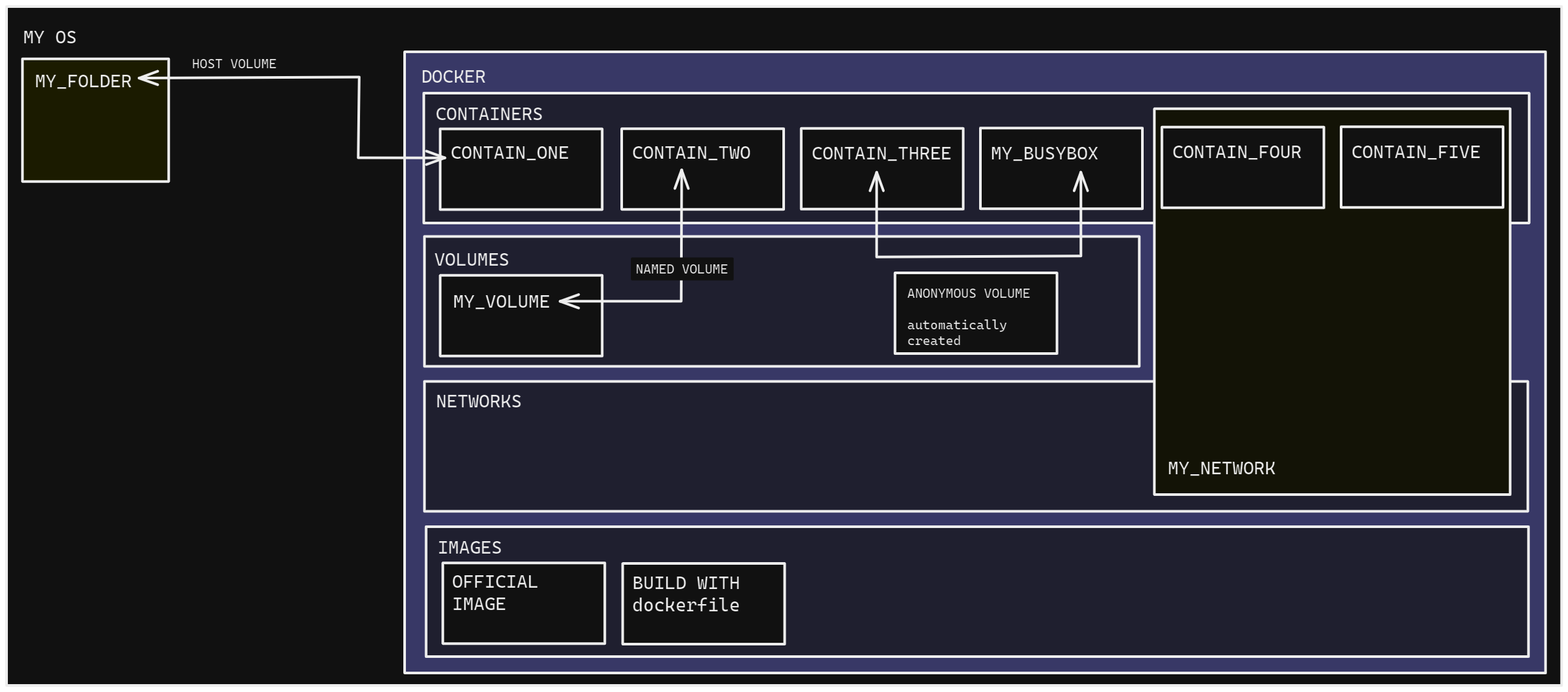
This is docker_explained_dark_mode.png from joliDigi/notes_cours, a Excalidraw export, as it was before one commit. Source tidied: one line per element, renumbered; positions are measured from the earlier drawing's top-left corner, leaving out a move shared by most shapes. The source it was exported from:
```json
{"id": 0, "type": "rectangle", "strokeColor": "#000000", "backgroundColor": "#fff", "fillStyle": "solid", "strokeWidth": 4, "roughness": 0, "x": 0, "y": 0, "width": 2371, "height": 1035}
{"id": 1, "type": "rectangle", "strokeColor": "#000000", "backgroundColor": "#cacaff", "fillStyle": "solid", "strokeWidth": 4, "roughness": 0, "x": 607, "y": 69, "width": 1740, "height": 947}
{"id": 2, "type": "rectangle", "strokeColor": "#000000", "backgroundColor": "#ededff", "fillStyle": "solid", "strokeWidth": 4, "roughness": 0, "x": 636, "y": 132, "width": 1685, "height": 198}
{"id": 3, "type": "rectangle", "strokeColor": "#000000", "backgroundColor": "#ededff", "fillStyle": "solid", "strokeWidth": 4, "roughness": 0, "x": 640, "y": 793, "width": 1681, "height": 198}
{"id": 4, "type": "rectangle", "strokeColor": "#000000", "backgroundColor": "#ededff", "fillStyle": "solid", "strokeWidth": 4, "roughness": 0, "x": 637, "y": 572, "width": 1682, "height": 198}
{"id": 5, "type": "text", "text": "MY OS", "strokeColor": "#000000", "strokeWidth": 4, "roughness": 0, "fontSize": 28, "fontFamily": 3, "x": 25, "y": 29, "width": 83, "height": 34}
{"id": 6, "type": "text", "text": "DOCKER", "strokeColor": "#000000", "strokeWidth": 4, "roughness": 0, "fontSize": 28, "fontFamily": 3, "x": 632, "y": 89, "width": 99, "height": 34}
{"id": 7, "type": "rectangle", "strokeColor": "#000000", "backgroundColor": "#fff", "fillStyle": "solid", "strokeWidth": 4, "roughness": 0, "x": 665, "y": 848, "width": 247, "height": 123}
{"id": 8, "type": "text", "text": "OFFICIAL\nIMAGE", "strokeColor": "#000000", "strokeWidth": 4, "roughness": 0, "fontSize": 28, "fontFamily": 3, "x": 680, "y": 859, "width": 131, "height": 68}
{"id": 9, "type": "rectangle", "strokeColor": "#000000", "backgroundColor": "#ededff", "fillStyle": "solid", "strokeWidth": 4, "roughness": 0, "x": 637, "y": 351, "width": 1090, "height": 198}
{"id": 10, "type": "rectangle", "strokeColor": "#000000", "backgroundColor": "#fff", "fillStyle": "solid", "strokeWidth": 4, "roughness": 0, "x": 661, "y": 410, "width": 247, "height": 123}
{"id": 11, "type": "text", "text": "MY_VOLUME", "strokeColor": "#000000", "strokeWidth": 4, "roughness": 0, "fontSize": 28, "fontFamily": 3, "x": 681, "y": 432, "width": 149, "height": 34}
{"id": 12, "type": "text", "text": "VOLUMES", "strokeColor": "#000000", "strokeWidth": 4, "roughness": 0, "fontSize": 28, "fontFamily": 3, "x": 652, "y": 368, "width": 116, "height": 34}
{"id": 13, "type": "text", "text": "NETWORKS", "strokeColor": "#000000", "strokeWidth": 4, "roughness": 0, "fontSize": 28, "fontFamily": 3, "x": 655, "y": 584, "width": 132, "height": 34}
{"id": 14, "type": "text", "text": "IMAGES", "strokeColor": "#000000", "strokeWidth": 4, "roughness": 0, "fontSize": 28, "fontFamily": 3, "x": 657, "y": 807, "width": 99, "height": 34}
{"id": 15, "type": "rectangle", "strokeColor": "#000000", "backgroundColor": "#fdfdbb", "fillStyle": "solid", "strokeWidth": 4, "roughness": 0, "x": 24, "y": 80, "width": 223, "height": 187}
{"id": 16, "type": "rectangle", "strokeColor": "#000000", "backgroundColor": "#fffff0", "fillStyle": "solid", "strokeWidth": 4, "roughness": 0, "x": 1750, "y": 156, "width": 543, "height": 588}
{"id": 17, "type": "rectangle", "strokeColor": "#000000", "backgroundColor": "#fff", "fillStyle": "solid", "strokeWidth": 4, "roughness": 0, "x": 661, "y": 187, "width": 247, "height": 123}
{"id": 18, "type": "rectangle", "strokeColor": "#000000", "backgroundColor": "#fff", "fillStyle": "solid", "strokeWidth": 4, "roughness": 0, "x": 938, "y": 186, "width": 247, "height": 123}
{"id": 19, "type": "rectangle", "strokeColor": "#000000", "backgroundColor": "#fff", "fillStyle": "solid", "strokeWidth": 4, "roughness": 0, "x": 1212, "y": 186, "width": 247, "height": 123}
{"id": 20, "type": "rectangle", "strokeColor": "#000000", "backgroundColor": "#fff", "fillStyle": "solid", "strokeWidth": 4, "roughness": 0, "x": 1485, "y": 185, "width": 247, "height": 123}
{"id": 21, "type": "rectangle", "strokeColor": "#000000", "backgroundColor": "#fff", "fillStyle": "solid", "strokeWidth": 4, "roughness": 0, "x": 1355, "y": 406, "width": 247, "height": 123}
{"id": 22, "type": "rectangle", "strokeColor": "#000000", "backgroundColor": "#fff", "fillStyle": "solid", "strokeWidth": 4, "roughness": 0, "x": 940, "y": 849, "width": 247, "height": 123}
{"id": 23, "type": "arrow", "strokeColor": "#000000", "strokeWidth": 4, "roughness": 0, "startArrowhead": "arrow", "endArrowhead": "arrow", "from": 40, "to": 34, "x": 202, "y": 109, "width": 466, "height": 123, "points": [[0, 0], [336, -2], [334, 121], [466, 122]]}
{"id": 24, "type": "text", "text": "HOST VOLUME", "strokeColor": "#000000", "strokeWidth": 4, "roughness": 0, "fontSize": 20, "fontFamily": 3, "x": 283, "y": 75, "width": 130, "height": 24}
{"id": 25, "type": "text", "text": "ANONYMOUS VOLUME\n\nautomatically\ncreated", "strokeColor": "#000000", "strokeWidth": 4, "roughness": 0, "fontSize": 20, "fontFamily": 3, "x": 1373, "y": 425, "width": 188, "height": 96}
{"id": 26, "type": "arrow", "strokeColor": "#000000", "strokeWidth": 4, "roughness": 0, "startArrowhead": "arrow", "endArrowhead": "arrow", "from": 35, "to": 11, "x": 1029, "y": 249, "width": 185, "height": 200, "points": [[0, 0], [-1, 200], [-185, 200]]}
{"id": 27, "type": "rectangle", "strokeColor": "#fff", "backgroundColor": "#fff", "fillStyle": "solid", "strokeWidth": 4, "roughness": 0, "x": 954, "y": 384, "width": 153, "height": 31}
{"id": 28, "type": "text", "text": "NAMED VOLUME", "strokeColor": "#000000", "strokeWidth": 4, "roughness": 0, "fontSize": 20, "fontFamily": 3, "x": 959, "y": 388, "width": 142, "height": 24}
{"id": 29, "type": "text", "text": "MY_NETWORK", "strokeColor": "#000000", "strokeWidth": 4, "roughness": 0, "fontSize": 28, "fontFamily": 3, "x": 1771, "y": 686, "width": 165, "height": 34}
{"id": 30, "type": "rectangle", "strokeColor": "#000000", "backgroundColor": "#fff", "fillStyle": "solid", "strokeWidth": 4, "roughness": 0, "x": 1762, "y": 184, "width": 247, "height": 123}
{"id": 31, "type": "rectangle", "strokeColor": "#000000", "backgroundColor": "#fff", "fillStyle": "solid", "strokeWidth": 4, "roughness": 0, "x": 2035, "y": 183, "width": 247, "height": 123}
{"id": 32, "type": "arrow", "strokeColor": "#000000", "strokeWidth": 4, "roughness": 0, "startArrowhead": "arrow", "endArrowhead": "arrow", "from": 36, "to": 37, "x": 1327, "y": 253, "width": 311, "height": 129, "points": [[0, 0], [0, 129], [311, 127], [311, 0]]}
{"id": 33, "type": "text", "text": "BUILD WITH\ndockerfile", "strokeColor": "#000000", "strokeWidth": 4, "roughness": 0, "fontSize": 28, "fontFamily": 3, "x": 954, "y": 861, "width": 165, "height": 68}
{"id": 34, "type": "text", "text": "CONTAIN_ONE", "strokeColor": "#000000", "strokeWidth": 4, "roughness": 0, "fontSize": 28, "fontFamily": 3, "x": 677, "y": 205, "width": 181, "height": 34}
{"id": 35, "type": "text", "text": "CONTAIN_TWO", "strokeColor": "#000000", "strokeWidth": 4, "roughness": 0, "fontSize": 28, "fontFamily": 3, "x": 954, "y": 205, "width": 181, "height": 34}
{"id": 36, "type": "text", "text": "CONTAIN_THREE", "strokeColor": "#000000", "strokeWidth": 4, "roughness": 0, "fontSize": 28, "fontFamily": 3, "x": 1228, "y": 206, "width": 214, "height": 34}
{"id": 37, "type": "text", "text": "MY_BUSYBOX", "strokeColor": "#000000", "strokeWidth": 4, "roughness": 0, "fontSize": 28, "fontFamily": 3, "x": 1501, "y": 206, "width": 165, "height": 34}
{"id": 38, "type": "text", "text": "CONTAIN_FOUR", "strokeColor": "#000000", "strokeWidth": 4, "roughness": 0, "fontSize": 28, "fontFamily": 3, "x": 1778, "y": 204, "width": 198, "height": 34}
{"id": 39, "type": "text", "text": "CONTAIN_FIVE", "strokeColor": "#000000", "strokeWidth": 4, "roughness": 0, "fontSize": 28, "fontFamily": 3, "x": 2051, "y": 204, "width": 198, "height": 34}
{"id": 40, "type": "text", "text": "MY_FOLDER", "strokeColor": "#000000", "strokeWidth": 4, "roughness": 0, "fontSize": 28, "fontFamily": 3, "x": 43, "y": 96, "width": 149, "height": 34}
{"id": 41, "type": "text", "text": "CONTAINERS", "strokeColor": "#000000", "strokeWidth": 4, "roughness": 0, "fontSize": 28, "fontFamily": 3, "x": 654, "y": 146, "width": 165, "height": 34}
```
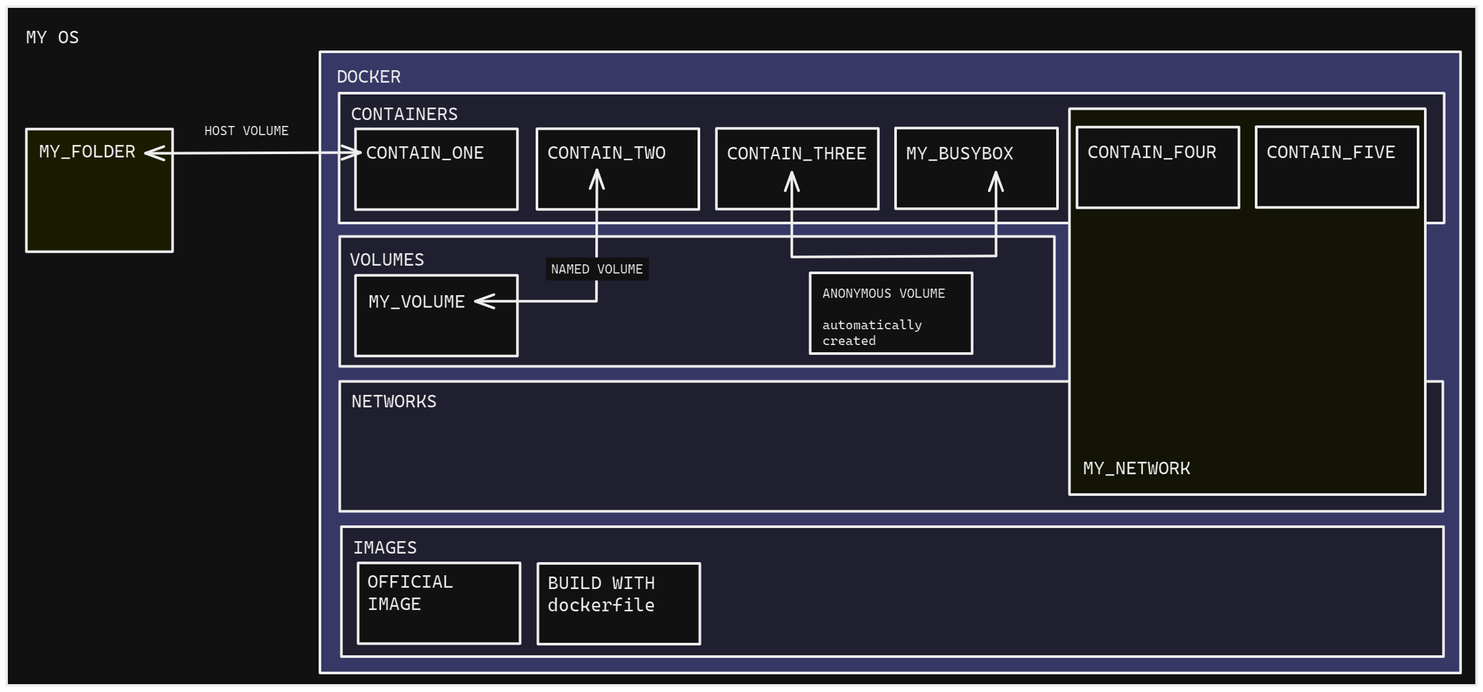
After the change.

What changed in the source:
```diff
@@ -1,9 +1,9 @@
-{"id": 0, "type": "rectangle", "strokeColor": "#000000", "backgroundColor": "#fff", "fillStyle": "solid", "strokeWidth": 4, "roughness": 0, "x": 0, "y": 0, "width": 2371, "height": 1035}
+{"id": 0, "type": "rectangle", "strokeColor": "#000000", "backgroundColor": "#fff", "fillStyle": "solid", "strokeWidth": 4, "roughness": 0, "x": 129, "y": 0, "width": 2242, "height": 1035}
 {"id": 1, "type": "rectangle", "strokeColor": "#000000", "backgroundColor": "#cacaff", "fillStyle": "solid", "strokeWidth": 4, "roughness": 0, "x": 607, "y": 69, "width": 1740, "height": 947}
 {"id": 2, "type": "rectangle", "strokeColor": "#000000", "backgroundColor": "#ededff", "fillStyle": "solid", "strokeWidth": 4, "roughness": 0, "x": 636, "y": 132, "width": 1685, "height": 198}
 {"id": 3, "type": "rectangle", "strokeColor": "#000000", "backgroundColor": "#ededff", "fillStyle": "solid", "strokeWidth": 4, "roughness": 0, "x": 640, "y": 793, "width": 1681, "height": 198}
 {"id": 4, "type": "rectangle", "strokeColor": "#000000", "backgroundColor": "#ededff", "fillStyle": "solid", "strokeWidth": 4, "roughness": 0, "x": 637, "y": 572, "width": 1682, "height": 198}
-{"id": 5, "type": "text", "text": "MY OS", "strokeColor": "#000000", "strokeWidth": 4, "roughness": 0, "fontSize": 28, "fontFamily": 3, "x": 25, "y": 29, "width": 83, "height": 34}
+{"id": 5, "type": "text", "text": "MY OS", "strokeColor": "#000000", "strokeWidth": 4, "roughness": 0, "fontSize": 28, "fontFamily": 3, "x": 158, "y": 29, "width": 83, "height": 34}
 {"id": 6, "type": "text", "text": "DOCKER", "strokeColor": "#000000", "strokeWidth": 4, "roughness": 0, "fontSize": 28, "fontFamily": 3, "x": 632, "y": 89, "width": 99, "height": 34}
 {"id": 7, "type": "rectangle", "strokeColor": "#000000", "backgroundColor": "#fff", "fillStyle": "solid", "strokeWidth": 4, "roughness": 0, "x": 665, "y": 848, "width": 247, "height": 123}
 {"id": 8, "type": "text", "text": "OFFICIAL\nIMAGE", "strokeColor": "#000000", "strokeWidth": 4, "roughness": 0, "fontSize": 28, "fontFamily": 3, "x": 680, "y": 859, "width": 131, "height": 68}
@@ -13,7 +13,7 @@
 {"id": 12, "type": "text", "text": "VOLUMES", "strokeColor": "#000000", "strokeWidth": 4, "roughness": 0, "fontSize": 28, "fontFamily": 3, "x": 652, "y": 368, "width": 116, "height": 34}
 {"id": 13, "type": "text", "text": "NETWORKS", "strokeColor": "#000000", "strokeWidth": 4, "roughness": 0, "fontSize": 28, "fontFamily": 3, "x": 655, "y": 584, "width": 132, "height": 34}
 {"id": 14, "type": "text", "text": "IMAGES", "strokeColor": "#000000", "strokeWidth": 4, "roughness": 0, "fontSize": 28, "fontFamily": 3, "x": 657, "y": 807, "width": 99, "height": 34}
-{"id": 15, "type": "rectangle", "strokeColor": "#000000", "backgroundColor": "#fdfdbb", "fillStyle": "solid", "strokeWidth": 4, "roughness": 0, "x": 24, "y": 80, "width": 223, "height": 187}
+{"id": 15, "type": "rectangle", "strokeColor": "#000000", "backgroundColor": "#fdfdbb", "fillStyle": "solid", "strokeWidth": 4, "roughness": 0, "x": 159, "y": 187, "width": 223, "height": 187}
 {"id": 16, "type": "rectangle", "strokeColor": "#000000", "backgroundColor": "#fffff0", "fillStyle": "solid", "strokeWidth": 4, "roughness": 0, "x": 1750, "y": 156, "width": 543, "height": 588}
 {"id": 17, "type": "rectangle", "strokeColor": "#000000", "backgroundColor": "#fff", "fillStyle": "solid", "strokeWidth": 4, "roughness": 0, "x": 661, "y": 187, "width": 247, "height": 123}
 {"id": 18, "type": "rectangle", "strokeColor": "#000000", "backgroundColor": "#fff", "fillStyle": "solid", "strokeWidth": 4, "roughness": 0, "x": 938, "y": 186, "width": 247, "height": 123}
@@ -21,8 +21,7 @@
 {"id": 20, "type": "rectangle", "strokeColor": "#000000", "backgroundColor": "#fff", "fillStyle": "solid", "strokeWidth": 4, "roughness": 0, "x": 1485, "y": 185, "width": 247, "height": 123}
 {"id": 21, "type": "rectangle", "strokeColor": "#000000", "backgroundColor": "#fff", "fillStyle": "solid", "strokeWidth": 4, "roughness": 0, "x": 1355, "y": 406, "width": 247, "height": 123}
 {"id": 22, "type": "rectangle", "strokeColor": "#000000", "backgroundColor": "#fff", "fillStyle": "solid", "strokeWidth": 4, "roughness": 0, "x": 940, "y": 849, "width": 247, "height": 123}
-{"id": 23, "type": "arrow", "strokeColor": "#000000", "strokeWidth": 4, "roughness": 0, "startArrowhead": "arrow", "endArrowhead": "arrow", "from": 40, "to": 34, "x": 202, "y": 109, "width": 466, "height": 123, "points": [[0, 0], [336, -2], [334, 121], [466, 122]]}
-{"id": 24, "type": "text", "text": "HOST VOLUME", "strokeColor": "#000000", "strokeWidth": 4, "roughness": 0, "fontSize": 20, "fontFamily": 3, "x": 283, "y": 75, "width": 130, "height": 24}
+{"id": 24, "type": "text", "text": "HOST VOLUME", "strokeColor": "#000000", "strokeWidth": 4, "roughness": 0, "fontSize": 20, "fontFamily": 3, "x": 431, "y": 177, "width": 130, "height": 24}
 {"id": 25, "type": "text", "text": "ANONYMOUS VOLUME\n\nautomatically\ncreated", "strokeColor": "#000000", "strokeWidth": 4, "roughness": 0, "fontSize": 20, "fontFamily": 3, "x": 1373, "y": 425, "width": 188, "height": 96}
 {"id": 26, "type": "arrow", "strokeColor": "#000000", "strokeWidth": 4, "roughness": 0, "startArrowhead": "arrow", "endArrowhead": "arrow", "from": 35, "to": 11, "x": 1029, "y": 249, "width": 185, "height": 200, "points": [[0, 0], [-1, 200], [-185, 200]]}
 {"id": 27, "type": "rectangle", "strokeColor": "#fff", "backgroundColor": "#fff", "fillStyle": "solid", "strokeWidth": 4, "roughness": 0, "x": 954, "y": 384, "width": 153, "height": 31}
@@ -38,5 +37,6 @@
 {"id": 37, "type": "text", "text": "MY_BUSYBOX", "strokeColor": "#000000", "strokeWidth": 4, "roughness": 0, "fontSize": 28, "fontFamily": 3, "x": 1501, "y": 206, "width": 165, "height": 34}
 {"id": 38, "type": "text", "text": "CONTAIN_FOUR", "strokeColor": "#000000", "strokeWidth": 4, "roughness": 0, "fontSize": 28, "fontFamily": 3, "x": 1778, "y": 204, "width": 198, "height": 34}
 {"id": 39, "type": "text", "text": "CONTAIN_FIVE", "strokeColor": "#000000", "strokeWidth": 4, "roughness": 0, "fontSize": 28, "fontFamily": 3, "x": 2051, "y": 204, "width": 198, "height": 34}
-{"id": 40, "type": "text", "text": "MY_FOLDER", "strokeColor": "#000000", "strokeWidth": 4, "roughness": 0, "fontSize": 28, "fontFamily": 3, "x": 43, "y": 96, "width": 149, "height": 34}
+{"id": 40, "type": "text", "text": "MY_FOLDER", "strokeColor": "#000000", "strokeWidth": 4, "roughness": 0, "fontSize": 28, "fontFamily": 3, "x": 178, "y": 203, "width": 149, "height": 34}
 {"id": 41, "type": "text", "text": "CONTAINERS", "strokeColor": "#000000", "strokeWidth": 4, "roughness": 0, "fontSize": 28, "fontFamily": 3, "x": 654, "y": 146, "width": 165, "height": 34}
+{"id": 42, "type": "arrow", "strokeColor": "#000", "backgroundColor": "#fff", "fillStyle": "solid", "strokeWidth": 4, "roughness": 0, "startArrowhead": "arrow", "endArrowhead": "arrow", "from": 34, "to": 40, "x": 669, "y": 223, "width": 328, "height": 1, "points": [[0, 0], [-328, 1]]}
```
